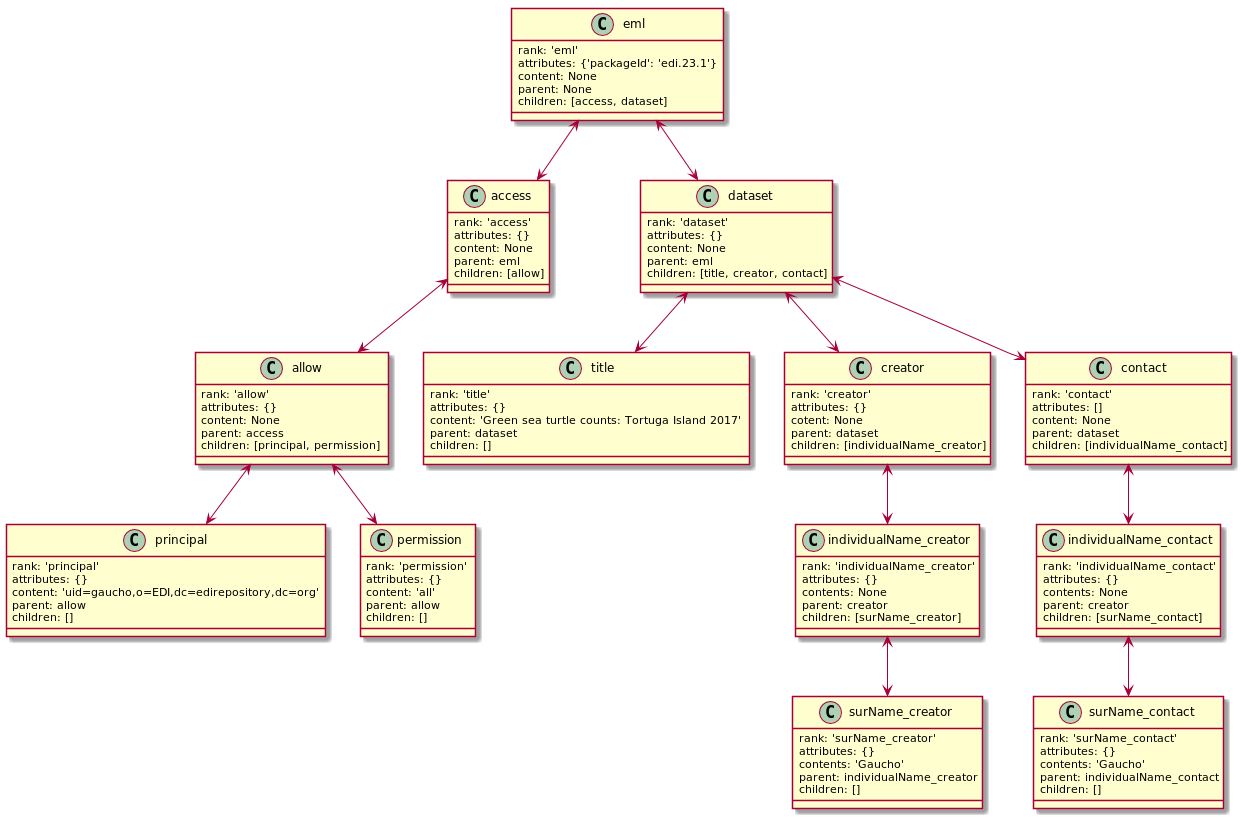
Above: docs/eml_model.png in PASTAplus/metapype-eml (PlantUML), before the change.
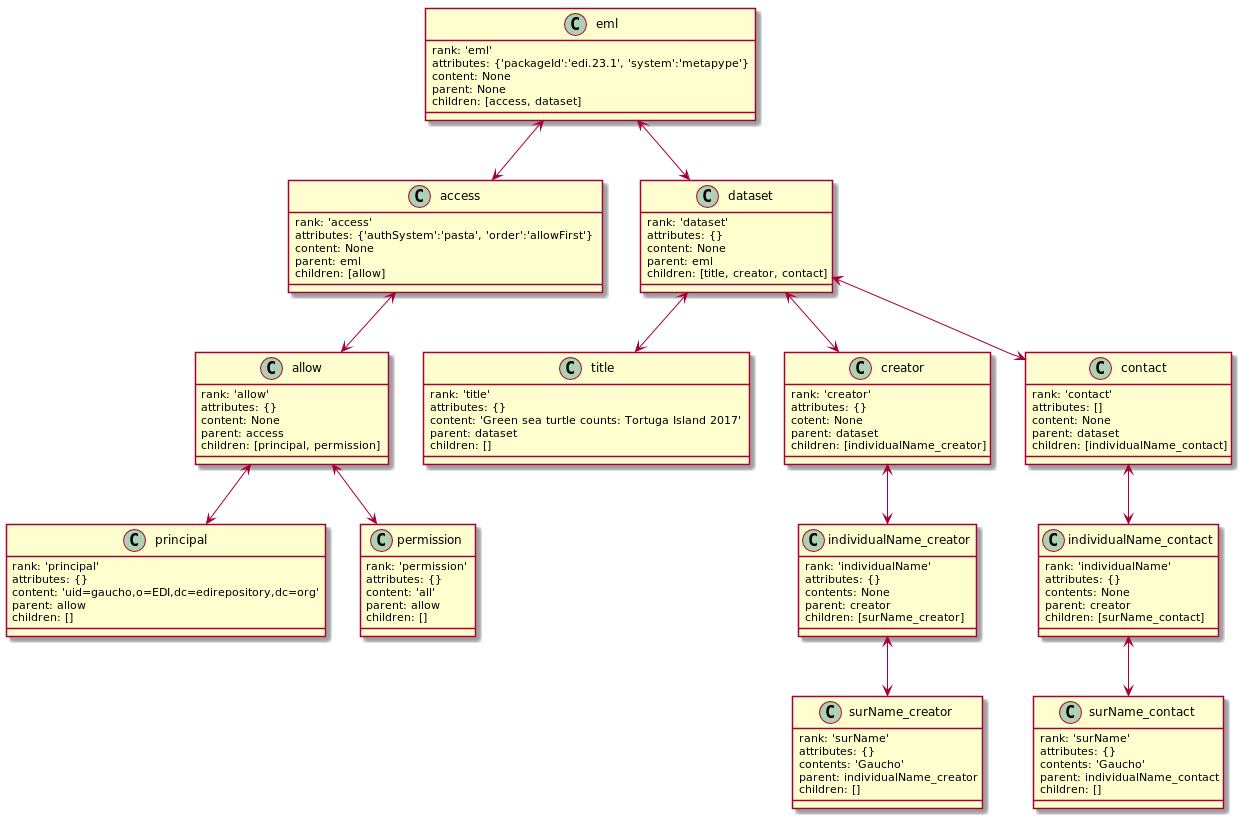
The same file after the commit.

Change to the diagram source:
```diff
@@ -2,7 +2,7 @@
 
 class eml {
     rank: 'eml'
-    attributes: {'packageId': 'edi.23.1'}
+    attributes: {'packageId':'edi.23.1', 'system':'metapype'}
     content: None
     parent: None
     children: [access, dataset]
@@ -10,7 +10,7 @@
 
 class access {
     rank: 'access'
-    attributes: {}
+    attributes: {'authSystem':'pasta', 'order':'allowFirst'}
     content: None
     parent: eml
     children: [allow]
@@ -64,22 +64,6 @@
     children: [individualName_creator]
 }
 
-class individualName_creator {
-    rank: 'individualName_creator'
-    attributes: {}
-    contents: None
-    parent: creator
-    children: [surName_creator]
-}
-
-class surName_creator {
-    rank: 'surName_creator'
-    attributes: {}
-    contents: 'Gaucho'
-    parent: individualName_creator
-    children: []
-}
-
 class contact {
     rank: 'contact'
     attributes: []
@@ -89,7 +73,7 @@
 }
 
 class individualName_contact {
-    rank: 'individualName_contact'
+    rank: 'individualName'
     attributes: {}
     contents: None
     parent: creator
@@ -97,13 +81,28 @@
 }
 
 class surName_contact {
-    rank: 'surName_contact'
+    rank: 'surName'
     attributes: {}
     contents: 'Gaucho'
     parent: individualName_contact
     children: []
 }
 
+class individualName_creator {
+    rank: 'individualName'
+    attributes: {}
+    contents: None
+    parent: creator
+    children: [surName_creator]
+}
+
+class surName_creator {
+    rank: 'surName'
+    attributes: {}
+    contents: 'Gaucho'
+    parent: individualName_creator
+    children: []
+}
 
 eml <--> access
 eml <--> dataset
```
